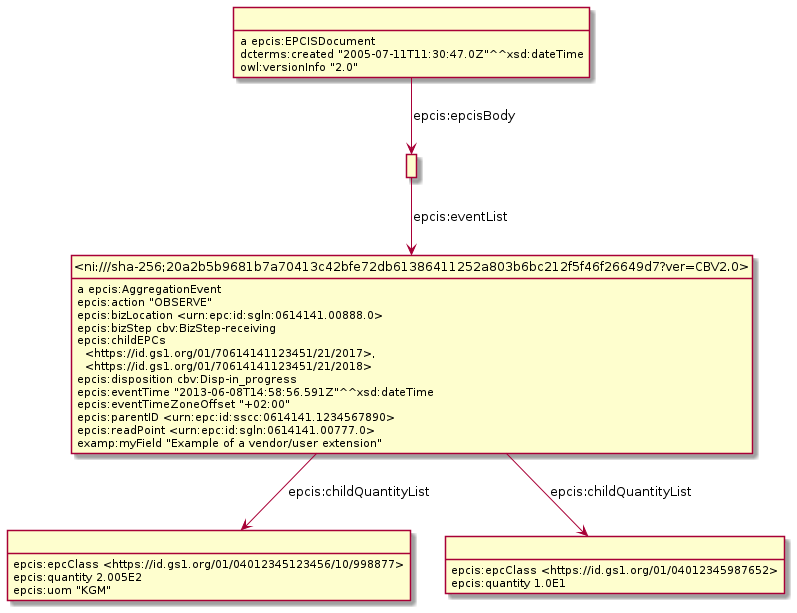
Above: Diagrams/WithDigitalLinkID/Example_9.6.3-AggregationEventWithDigitalLink.png in gs1/EPCIS (PlantUML), before the change.
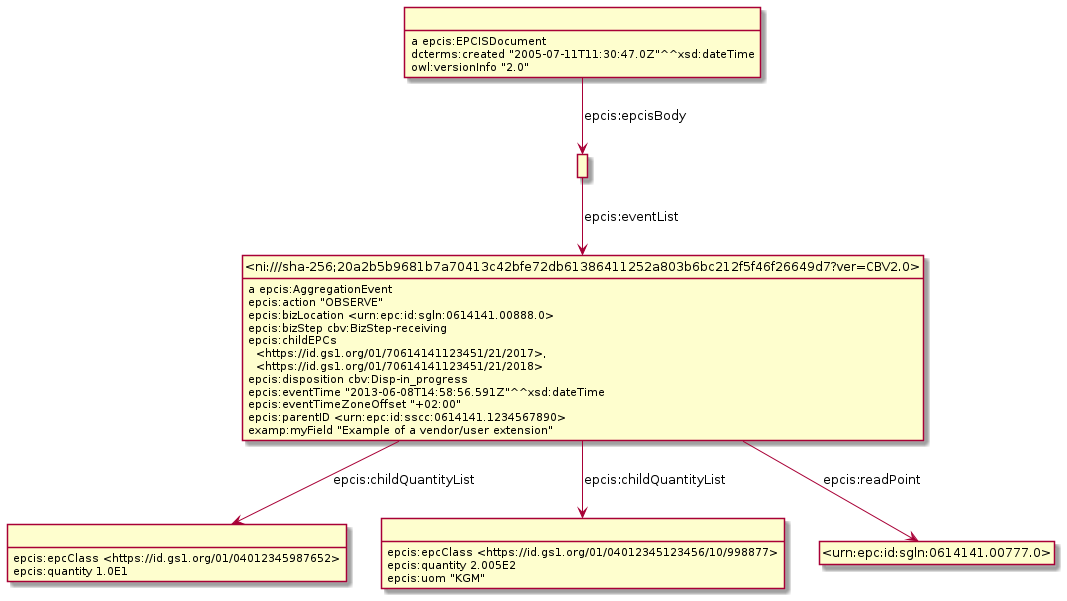
The same file after the commit.

What changed in the source:
```diff
@@ -3,15 +3,25 @@
 hide empty attributes
 hide circle
 skinparam classAttributeIconSize 0
-class _r1631889699r3_ as " "
-_r1631889699r3_ : epcis:epcClass <https://id.gs1.org/01/04012345123456/10/998877>
-_r1631889699r3_ : epcis:quantity 2.005E2
-_r1631889699r3_ : epcis:uom "KGM"
+class _r1632232138r2_ as " "
+_r1632232138r2_ : epcis:epcClass <https://id.gs1.org/01/04012345987652>
+_r1632232138r2_ : epcis:quantity 1.0E1
+class _r1632232138r3_ as " "
+_r1632232138r3_ : epcis:epcClass <https://id.gs1.org/01/04012345123456/10/998877>
+_r1632232138r3_ : epcis:quantity 2.005E2
+_r1632232138r3_ : epcis:uom "KGM"
+class _r1632232138r0_ as " "
+_r1632232138r0_ : a epcis:EPCISDocument
+class _r1632232138r1_ as " "
+_r1632232138r0_ -down-> _r1632232138r1_ : epcis:epcisBody
+_r1632232138r0_ : dcterms:created "2005-07-11T11:30:47.0Z"^^xsd:dateTime
+_r1632232138r0_ : owl:versionInfo "2.0"
 class _ni_sha_256_20a2b5b9681b7a70413c42bfe72db61386411252a803b6bc212f5f46f26649d7_ver_CBV2_0_ as "<ni:///sha-256;20a2b5b9681b7a70413c42bfe72db61386411252a803b6bc212f5f46f26649d7?ver=CBV2.0>"
 _ni_sha_256_20a2b5b9681b7a70413c42bfe72db61386411252a803b6bc212f5f46f26649d7_ver_CBV2_0_ : a epcis:AggregationEvent
-_ni_sha_256_20a2b5b9681b7a70413c42bfe72db61386411252a803b6bc212f5f46f26649d7_ver_CBV2_0_ -down-> _r1631889699r3_ : epcis:childQuantityList
-class _r1631889699r2_ as " "
-_ni_sha_256_20a2b5b9681b7a70413c42bfe72db61386411252a803b6bc212f5f46f26649d7_ver_CBV2_0_ -down-> _r1631889699r2_ : epcis:childQuantityList
+class _urn_epc_id_sgln_0614141_00777_0_ as "<urn:epc:id:sgln:0614141.00777.0>"
+_ni_sha_256_20a2b5b9681b7a70413c42bfe72db61386411252a803b6bc212f5f46f26649d7_ver_CBV2_0_ -down-> _urn_epc_id_sgln_0614141_00777_0_ : epcis:readPoint
+_ni_sha_256_20a2b5b9681b7a70413c42bfe72db61386411252a803b6bc212f5f46f26649d7_ver_CBV2_0_ -down-> _r1632232138r2_ : epcis:childQuantityList
+_ni_sha_256_20a2b5b9681b7a70413c42bfe72db61386411252a803b6bc212f5f46f26649d7_ver_CBV2_0_ -down-> _r1632232138r3_ : epcis:childQuantityList
 _ni_sha_256_20a2b5b9681b7a70413c42bfe72db61386411252a803b6bc212f5f46f26649d7_ver_CBV2_0_ : epcis:action "OBSERVE"
 _ni_sha_256_20a2b5b9681b7a70413c42bfe72db61386411252a803b6bc212f5f46f26649d7_ver_CBV2_0_ : epcis:bizLocation <urn:epc:id:sgln:0614141.00888.0>
 _ni_sha_256_20a2b5b9681b7a70413c42bfe72db61386411252a803b6bc212f5f46f26649d7_ver_CBV2_0_ : epcis:bizStep cbv:BizStep-receiving
@@ -20,15 +30,6 @@
 _ni_sha_256_20a2b5b9681b7a70413c42bfe72db61386411252a803b6bc212f5f46f26649d7_ver_CBV2_0_ : epcis:eventTime "2013-06-08T14:58:56.591Z"^^xsd:dateTime
 _ni_sha_256_20a2b5b9681b7a70413c42bfe72db61386411252a803b6bc212f5f46f26649d7_ver_CBV2_0_ : epcis:eventTimeZoneOffset "+02:00"
 _ni_sha_256_20a2b5b9681b7a70413c42bfe72db61386411252a803b6bc212f5f46f26649d7_ver_CBV2_0_ : epcis:parentID <urn:epc:id:sscc:0614141.1234567890>
-_ni_sha_256_20a2b5b9681b7a70413c42bfe72db61386411252a803b6bc212f5f46f26649d7_ver_CBV2_0_ : epcis:readPoint <urn:epc:id:sgln:0614141.00777.0>
 _ni_sha_256_20a2b5b9681b7a70413c42bfe72db61386411252a803b6bc212f5f46f26649d7_ver_CBV2_0_ : examp:myField "Example of a vendor/user extension"
-class _r1631889699r1_ as " "
-_r1631889699r1_ -down-> _ni_sha_256_20a2b5b9681b7a70413c42bfe72db61386411252a803b6bc212f5f46f26649d7_ver_CBV2_0_ : epcis:eventList
-_r1631889699r2_ : epcis:epcClass <https://id.gs1.org/01/04012345987652>
-_r1631889699r2_ : epcis:quantity 1.0E1
-class _r1631889699r0_ as " "
-_r1631889699r0_ : a epcis:EPCISDocument
-_r1631889699r0_ -down-> _r1631889699r1_ : epcis:epcisBody
-_r1631889699r0_ : dcterms:created "2005-07-11T11:30:47.0Z"^^xsd:dateTime
-_r1631889699r0_ : owl:versionInfo "2.0"
+_r1632232138r1_ -down-> _ni_sha_256_20a2b5b9681b7a70413c42bfe72db61386411252a803b6bc212f5f46f26649d7_ver_CBV2_0_ : epcis:eventList
 @enduml
```
